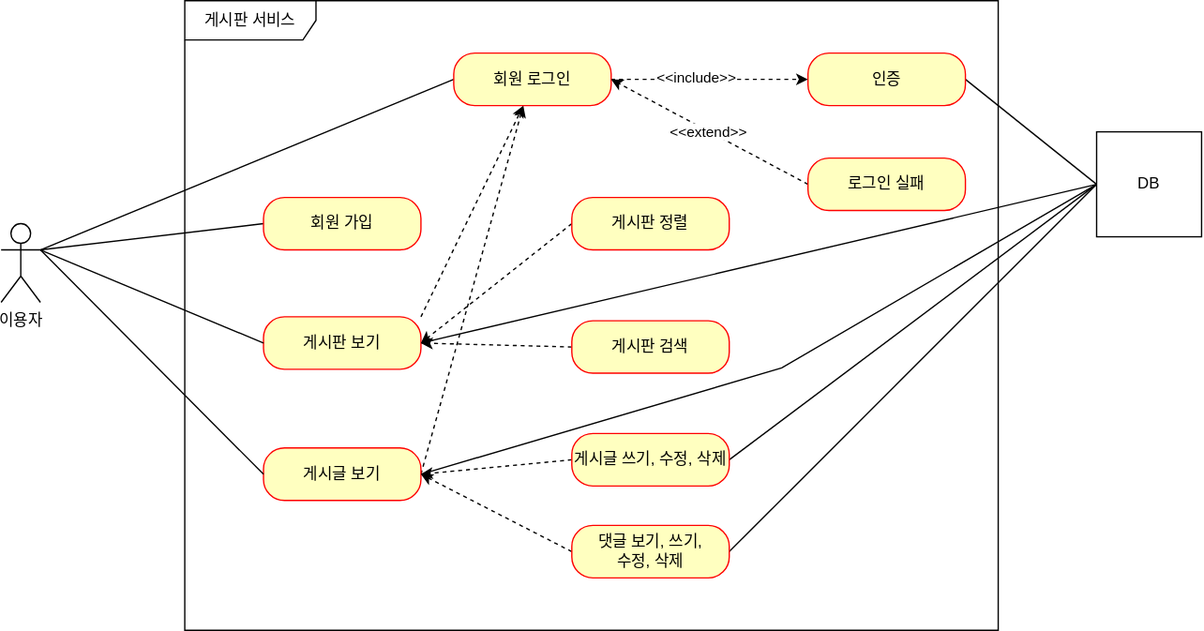
This is document/use-case.svg from hajungIm/project-board, a draw.io export, as it was before one commit. Source tidied: cells renumbered, new cells last; positions are measured from the earlier drawing's top-left corner, leaving out a move shared by most shapes.
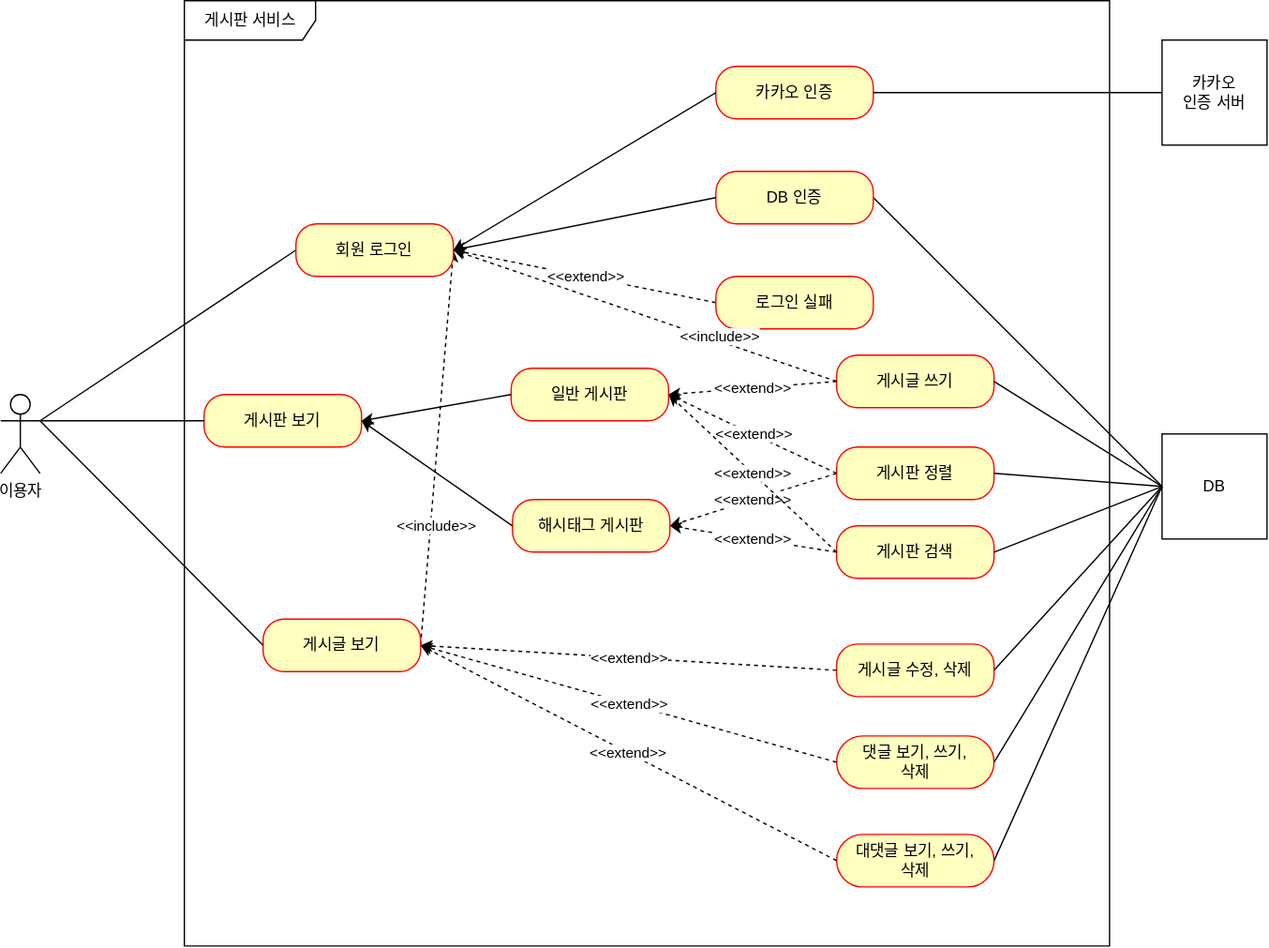
The same file after the commit.

Commit message:
#50 - use-case.svg: 유즈 케이스 업데이트 (카카오톡 인증, 대댓글)

Diff of the diagram source:
```diff
@@ -6,93 +6,46 @@
       <mxGeometry y="170" width="30" height="60" as="geometry" />
     </mxCell>
     <mxCell id="3" value="게시판 서비스" style="shape=umlFrame;whiteSpace=wrap;html=1;width=100;height=30;" parent="1" vertex="1">
-      <mxGeometry x="140" width="620" height="480" as="geometry" />
+      <mxGeometry x="140" y="-130" width="705" height="720" as="geometry" />
     </mxCell>
-    <mxCell id="4" style="rounded=0;jettySize=auto;html=1;exitX=0;exitY=0.5;exitDx=0;exitDy=0;entryX=1;entryY=0.3333333333333333;entryDx=0;entryDy=0;entryPerimeter=0;endArrow=none;endFill=0;" parent="1" edge="1" source="5" target="2">
-      <mxGeometry relative="1" as="geometry" />
-    </mxCell>
-    <mxCell id="5" value="회원 가입" style="rounded=1;whiteSpace=wrap;html=1;arcSize=40;fontColor=#000000;fillColor=#ffffc0;strokeColor=#ff0000;" parent="1" vertex="1">
-      <mxGeometry x="200" y="150" width="120" height="40" as="geometry" />
-    </mxCell>
-    <mxCell id="6" style="rounded=0;jettySize=auto;html=1;exitX=1;exitY=0;exitDx=0;exitDy=0;dashed=1;entryX=0.442;entryY=1;entryDx=0;entryDy=0;entryPerimeter=0;" parent="1" edge="1" source="8" target="15">
-      <mxGeometry relative="1" as="geometry" />
-    </mxCell>
-    <mxCell id="7" style="rounded=0;jettySize=auto;html=1;exitX=1;exitY=0.5;exitDx=0;exitDy=0;entryX=0;entryY=0.5;entryDx=0;entryDy=0;endArrow=none;endFill=0;" parent="1" edge="1" source="8" target="32">
-      <mxGeometry relative="1" as="geometry" />
-    </mxCell>
     <mxCell id="8" value="게시판 보기" style="rounded=1;whiteSpace=wrap;html=1;arcSize=40;fontColor=#000000;fillColor=#ffffc0;strokeColor=#ff0000;" parent="1" vertex="1">
-      <mxGeometry x="200" y="241" width="120" height="40" as="geometry" />
+      <mxGeometry x="155" y="170" width="120" height="40" as="geometry" />
     </mxCell>
-    <mxCell id="9" style="rounded=0;jettySize=auto;html=1;exitX=1;exitY=0.5;exitDx=0;exitDy=0;dashed=1;" parent="1" edge="1" source="11">
-      <mxGeometry relative="1" as="geometry">
-        <mxPoint x="398" y="80" as="targetPoint" />
-      </mxGeometry>
+    <mxCell id="9" style="rounded=0;jettySize=auto;html=1;exitX=1;exitY=0.5;exitDx=0;exitDy=0;dashed=1;entryX=1;entryY=0.5;entryDx=0;entryDy=0;" parent="1" edge="1" source="11" target="15">
+      <mxGeometry relative="1" as="geometry" />
     </mxCell>
-    <mxCell id="10" style="rounded=0;jettySize=auto;html=1;exitX=1;exitY=0.5;exitDx=0;exitDy=0;entryX=0;entryY=0.5;entryDx=0;entryDy=0;endArrow=none;endFill=0;" parent="1" edge="1" source="11" target="32">
-      <mxGeometry relative="1" as="geometry">
-        <Array as="points">
-          <mxPoint x="595" y="280" />
-        </Array>
-      </mxGeometry>
-    </mxCell>
+    <mxCell id="33" value="&amp;lt;&amp;lt;include&amp;gt;&amp;gt;" style="edgeLabel;html=1;align=center;verticalAlign=middle;" parent="9" vertex="1">
+      <mxGeometry x="-0.38" y="-4" relative="1" as="geometry" />
+    </mxCell>
     <mxCell id="11" value="게시글 보기" style="rounded=1;whiteSpace=wrap;html=1;arcSize=40;fontColor=#000000;fillColor=#ffffc0;strokeColor=#ff0000;" parent="1" vertex="1">
       <mxGeometry x="200" y="341" width="120" height="40" as="geometry" />
     </mxCell>
     <mxCell id="12" style="rounded=0;jettySize=auto;html=1;exitX=0;exitY=0.5;exitDx=0;exitDy=0;entryX=1;entryY=0.3333333333333333;entryDx=0;entryDy=0;entryPerimeter=0;endArrow=none;endFill=0;" parent="1" edge="1" source="15" target="2">
       <mxGeometry relative="1" as="geometry" />
     </mxCell>
-    <mxCell id="13" style="edgeStyle=orthogonalEdgeStyle;rounded=0;jettySize=auto;html=1;exitX=1;exitY=0.5;exitDx=0;exitDy=0;dashed=1;" parent="1" edge="1" source="15" target="17">
-      <mxGeometry relative="1" as="geometry" />
-    </mxCell>
-    <mxCell id="14" value="&amp;lt;&amp;lt;include&amp;gt;&amp;gt;" style="edgeLabel;html=1;align=center;verticalAlign=middle;" parent="13" vertex="1">
-      <mxGeometry x="-0.14" y="2" relative="1" as="geometry" />
-    </mxCell>
     <mxCell id="15" value="회원 로그인" style="rounded=1;whiteSpace=wrap;html=1;arcSize=40;fontColor=#000000;fillColor=#ffffc0;strokeColor=#ff0000;" parent="1" vertex="1">
-      <mxGeometry x="345" y="40" width="120" height="40" as="geometry" />
+      <mxGeometry x="225" y="40" width="120" height="40" as="geometry" />
     </mxCell>
     <mxCell id="16" style="rounded=0;jettySize=auto;html=1;exitX=1;exitY=0.5;exitDx=0;exitDy=0;entryX=0;entryY=0.5;entryDx=0;entryDy=0;endArrow=none;endFill=0;" parent="1" edge="1" source="17" target="32">
       <mxGeometry relative="1" as="geometry" />
     </mxCell>
-    <mxCell id="17" value="인증" style="rounded=1;whiteSpace=wrap;html=1;arcSize=40;fontColor=#000000;fillColor=#ffffc0;strokeColor=#ff0000;" parent="1" vertex="1">
-      <mxGeometry x="615" y="40" width="120" height="40" as="geometry" />
+    <mxCell id="17" value="DB 인증" style="rounded=1;whiteSpace=wrap;html=1;arcSize=40;fontColor=#000000;fillColor=#ffffc0;strokeColor=#ff0000;" parent="1" vertex="1">
+      <mxGeometry x="545" width="120" height="40" as="geometry" />
     </mxCell>
     <mxCell id="18" value="&amp;lt;&amp;lt;extend&amp;gt;&amp;gt;" style="rounded=0;jettySize=auto;html=1;exitX=0;exitY=0.5;exitDx=0;exitDy=0;entryX=1;entryY=0.5;entryDx=0;entryDy=0;dashed=1;" parent="1" edge="1" source="19" target="15">
       <mxGeometry relative="1" as="geometry" />
     </mxCell>
     <mxCell id="19" value="로그인 실패" style="rounded=1;whiteSpace=wrap;html=1;arcSize=40;fontColor=#000000;fillColor=#ffffc0;strokeColor=#ff0000;" parent="1" vertex="1">
-      <mxGeometry x="615" y="120" width="120" height="40" as="geometry" />
+      <mxGeometry x="545" y="80" width="120" height="40" as="geometry" />
     </mxCell>
-    <mxCell id="20" style="rounded=0;jettySize=auto;html=1;exitX=0;exitY=0.5;exitDx=0;exitDy=0;entryX=1;entryY=0.5;entryDx=0;entryDy=0;dashed=1;" parent="1" edge="1" source="21" target="8">
-      <mxGeometry relative="1" as="geometry" />
-    </mxCell>
     <mxCell id="21" value="게시판 정렬" style="rounded=1;whiteSpace=wrap;html=1;arcSize=40;fontColor=#000000;fillColor=#ffffc0;strokeColor=#ff0000;" parent="1" vertex="1">
-      <mxGeometry x="435" y="150" width="120" height="40" as="geometry" />
+      <mxGeometry x="637" y="210" width="120" height="40" as="geometry" />
     </mxCell>
-    <mxCell id="22" style="rounded=0;jettySize=auto;html=1;exitX=0;exitY=0.5;exitDx=0;exitDy=0;dashed=1;entryX=1;entryY=0.5;entryDx=0;entryDy=0;" parent="1" edge="1" source="23" target="8">
-      <mxGeometry relative="1" as="geometry" />
-    </mxCell>
     <mxCell id="23" value="게시판 검색" style="rounded=1;whiteSpace=wrap;html=1;arcSize=40;fontColor=#000000;fillColor=#ffffc0;strokeColor=#ff0000;" parent="1" vertex="1">
-      <mxGeometry x="435" y="244" width="120" height="40" as="geometry" />
+      <mxGeometry x="637" y="270" width="120" height="40" as="geometry" />
     </mxCell>
-    <mxCell id="24" style="rounded=0;jettySize=auto;html=1;exitX=0;exitY=0.5;exitDx=0;exitDy=0;entryX=1;entryY=0.5;entryDx=0;entryDy=0;dashed=1;" parent="1" edge="1" source="26" target="11">
-      <mxGeometry relative="1" as="geometry" />
-    </mxCell>
-    <mxCell id="25" style="rounded=0;jettySize=auto;html=1;exitX=1;exitY=0.5;exitDx=0;exitDy=0;entryX=0;entryY=0.5;entryDx=0;entryDy=0;endArrow=none;endFill=0;" parent="1" edge="1" source="26" target="32">
-      <mxGeometry relative="1" as="geometry" />
-    </mxCell>
-    <mxCell id="26" value="게시글 쓰기, 수정, 삭제" style="rounded=1;whiteSpace=wrap;html=1;arcSize=40;fontColor=#000000;fillColor=#ffffc0;strokeColor=#ff0000;" parent="1" vertex="1">
-      <mxGeometry x="435" y="330" width="120" height="40" as="geometry" />
-    </mxCell>
-    <mxCell id="27" style="rounded=0;jettySize=auto;html=1;exitX=0;exitY=0.5;exitDx=0;exitDy=0;dashed=1;entryX=1;entryY=0.5;entryDx=0;entryDy=0;" parent="1" edge="1" source="29" target="11">
-      <mxGeometry relative="1" as="geometry" />
-    </mxCell>
-    <mxCell id="28" style="rounded=0;jettySize=auto;html=1;exitX=1;exitY=0.5;exitDx=0;exitDy=0;endArrow=none;endFill=0;" parent="1" edge="1" source="29">
-      <mxGeometry relative="1" as="geometry">
-        <mxPoint x="835" y="140" as="targetPoint" />
-      </mxGeometry>
-    </mxCell>
-    <mxCell id="29" value="댓글 보기, 쓰기,&lt;br&gt;수정, 삭제" style="rounded=1;whiteSpace=wrap;html=1;arcSize=40;fontColor=#000000;fillColor=#ffffc0;strokeColor=#ff0000;" parent="1" vertex="1">
-      <mxGeometry x="435" y="400" width="120" height="40" as="geometry" />
+    <mxCell id="29" value="댓글 보기, 쓰기,&lt;br&gt;삭제" style="rounded=1;whiteSpace=wrap;html=1;arcSize=50;fontColor=#000000;fillColor=#ffffc0;strokeColor=#ff0000;" parent="1" vertex="1">
+      <mxGeometry x="637" y="430" width="120" height="40" as="geometry" />
     </mxCell>
     <mxCell id="30" style="rounded=0;jettySize=auto;html=1;exitX=0;exitY=0.5;exitDx=0;exitDy=0;endArrow=none;endFill=0;" parent="1" edge="1" source="8">
       <mxGeometry relative="1" as="geometry">
@@ -103,7 +56,91 @@
       <mxGeometry relative="1" as="geometry" />
     </mxCell>
     <mxCell id="32" value="DB" style="html=1;whiteSpace=wrap;" parent="1" vertex="1">
-      <mxGeometry x="835" y="100" width="80" height="80" as="geometry" />
+      <mxGeometry x="885" y="200" width="80" height="80" as="geometry" />
     </mxCell>
+    <mxCell id="26" value="게시글 수정, 삭제" style="rounded=1;whiteSpace=wrap;html=1;arcSize=40;fontColor=#000000;fillColor=#ffffc0;strokeColor=#ff0000;" parent="1" vertex="1">
+      <mxGeometry x="637" y="360" width="120" height="40" as="geometry" />
+    </mxCell>
+    <mxCell id="34" value="일반 게시판" style="rounded=1;whiteSpace=wrap;html=1;arcSize=40;fontColor=#000000;fillColor=#ffffc0;strokeColor=#ff0000;" parent="1" vertex="1">
+      <mxGeometry x="389" y="150" width="120" height="40" as="geometry" />
+    </mxCell>
+    <mxCell id="35" value="해시태그 게시판" style="rounded=1;whiteSpace=wrap;html=1;arcSize=40;fontColor=#000000;fillColor=#ffffc0;strokeColor=#ff0000;" parent="1" vertex="1">
+      <mxGeometry x="390" y="250" width="120" height="40" as="geometry" />
+    </mxCell>
+    <mxCell id="36" style="endArrow=classic;html=1;rounded=0;exitX=0;exitY=0.5;exitDx=0;exitDy=0;entryX=1;entryY=0.5;entryDx=0;entryDy=0;" parent="1" edge="1" source="34" target="8">
+      <mxGeometry relative="1" as="geometry" />
+    </mxCell>
+    <mxCell id="37" style="endArrow=classic;html=1;rounded=0;exitX=0;exitY=0.5;exitDx=0;exitDy=0;entryX=1;entryY=0.5;entryDx=0;entryDy=0;" parent="1" edge="1" source="35" target="8">
+      <mxGeometry relative="1" as="geometry" />
+    </mxCell>
+    <mxCell id="38" value="게시글 쓰기" style="rounded=1;whiteSpace=wrap;html=1;arcSize=40;fontColor=#000000;fillColor=#ffffc0;strokeColor=#ff0000;" parent="1" vertex="1">
+      <mxGeometry x="637" y="140" width="120" height="40" as="geometry" />
+    </mxCell>
+    <mxCell id="39" value="대댓글 보기, 쓰기,&lt;br&gt;삭제" style="rounded=1;whiteSpace=wrap;html=1;arcSize=50;fontColor=#000000;fillColor=#ffffc0;strokeColor=#ff0000;" parent="1" vertex="1">
+      <mxGeometry x="637" y="505" width="120" height="40" as="geometry" />
+    </mxCell>
+    <mxCell id="40" style="endArrow=none;html=1;rounded=0;entryX=0;entryY=0.5;entryDx=0;entryDy=0;exitX=1;exitY=0.5;exitDx=0;exitDy=0;" parent="1" edge="1" source="38" target="32">
+      <mxGeometry relative="1" as="geometry" />
+    </mxCell>
+    <mxCell id="41" style="endArrow=none;html=1;rounded=0;entryX=0;entryY=0.5;entryDx=0;entryDy=0;exitX=1;exitY=0.5;exitDx=0;exitDy=0;" parent="1" edge="1" source="21" target="32">
+      <mxGeometry relative="1" as="geometry" />
+    </mxCell>
+    <mxCell id="42" style="endArrow=none;html=1;rounded=0;entryX=0;entryY=0.5;entryDx=0;entryDy=0;exitX=1;exitY=0.5;exitDx=0;exitDy=0;" parent="1" edge="1" source="23" target="32">
+      <mxGeometry relative="1" as="geometry" />
+    </mxCell>
+    <mxCell id="25" style="endArrow=none;html=1;rounded=0;entryX=0;entryY=0.5;entryDx=0;entryDy=0;exitX=1;exitY=0.5;exitDx=0;exitDy=0;" parent="1" edge="1" source="26" target="32">
+      <mxGeometry relative="1" as="geometry" />
+    </mxCell>
+    <mxCell id="43" style="endArrow=none;html=1;rounded=0;entryX=0;entryY=0.5;entryDx=0;entryDy=0;exitX=1;exitY=0.5;exitDx=0;exitDy=0;" parent="1" edge="1" source="29" target="32">
+      <mxGeometry relative="1" as="geometry" />
+    </mxCell>
+    <mxCell id="44" style="endArrow=none;html=1;rounded=0;exitX=1;exitY=0.5;exitDx=0;exitDy=0;entryX=0;entryY=0.5;entryDx=0;entryDy=0;" parent="1" edge="1" source="39" target="32">
+      <mxGeometry relative="1" as="geometry" />
+    </mxCell>
+    <mxCell id="45" style="rounded=0;jettySize=auto;html=1;exitX=0;exitY=0.5;exitDx=0;exitDy=0;dashed=1;entryX=1;entryY=0.5;entryDx=0;entryDy=0;" parent="1" edge="1" source="38" target="15">
+      <mxGeometry relative="1" as="geometry" />
+    </mxCell>
+    <mxCell id="46" value="&amp;lt;&amp;lt;include&amp;gt;&amp;gt;" style="edgeLabel;html=1;align=center;verticalAlign=middle;" parent="45" vertex="1">
+      <mxGeometry x="-0.38" y="-4" relative="1" as="geometry" />
+    </mxCell>
+    <mxCell id="47" value="&amp;lt;&amp;lt;extend&amp;gt;&amp;gt;" style="rounded=0;jettySize=auto;html=1;exitX=0;exitY=0.5;exitDx=0;exitDy=0;entryX=1;entryY=0.5;entryDx=0;entryDy=0;dashed=1;" parent="1" edge="1" source="38" target="34">
+      <mxGeometry relative="1" as="geometry" />
+    </mxCell>
+    <mxCell id="48" value="&amp;lt;&amp;lt;extend&amp;gt;&amp;gt;" style="rounded=0;jettySize=auto;html=1;exitX=0;exitY=0.5;exitDx=0;exitDy=0;entryX=1;entryY=0.5;entryDx=0;entryDy=0;dashed=1;" parent="1" edge="1" source="21" target="34">
+      <mxGeometry relative="1" as="geometry" />
+    </mxCell>
+    <mxCell id="49" value="&amp;lt;&amp;lt;extend&amp;gt;&amp;gt;" style="rounded=0;jettySize=auto;html=1;entryX=1;entryY=0.5;entryDx=0;entryDy=0;dashed=1;exitX=0;exitY=0.5;exitDx=0;exitDy=0;" parent="1" edge="1" source="21" target="35">
+      <mxGeometry relative="1" as="geometry" />
+    </mxCell>
+    <mxCell id="50" value="&amp;lt;&amp;lt;extend&amp;gt;&amp;gt;" style="rounded=0;jettySize=auto;html=1;exitX=0;exitY=0.5;exitDx=0;exitDy=0;entryX=1;entryY=0.5;entryDx=0;entryDy=0;dashed=1;" parent="1" edge="1" source="23" target="34">
+      <mxGeometry relative="1" as="geometry" />
+    </mxCell>
+    <mxCell id="51" value="&amp;lt;&amp;lt;extend&amp;gt;&amp;gt;" style="rounded=0;jettySize=auto;html=1;entryX=1;entryY=0.5;entryDx=0;entryDy=0;dashed=1;exitX=0;exitY=0.5;exitDx=0;exitDy=0;" parent="1" edge="1" source="23" target="35">
+      <mxGeometry relative="1" as="geometry" />
+    </mxCell>
+    <mxCell id="24" value="&amp;lt;&amp;lt;extend&amp;gt;&amp;gt;" style="rounded=0;jettySize=auto;html=1;entryX=1;entryY=0.5;entryDx=0;entryDy=0;dashed=1;exitX=0;exitY=0.5;exitDx=0;exitDy=0;" parent="1" edge="1" source="26" target="11">
+      <mxGeometry relative="1" as="geometry" />
+    </mxCell>
+    <mxCell id="27" value="&amp;lt;&amp;lt;extend&amp;gt;&amp;gt;" style="rounded=0;jettySize=auto;html=1;entryX=1;entryY=0.5;entryDx=0;entryDy=0;dashed=1;exitX=0;exitY=0.5;exitDx=0;exitDy=0;" parent="1" edge="1" source="29" target="11">
+      <mxGeometry relative="1" as="geometry" />
+    </mxCell>
+    <mxCell id="52" value="&amp;lt;&amp;lt;extend&amp;gt;&amp;gt;" style="rounded=0;jettySize=auto;html=1;entryX=1;entryY=0.5;entryDx=0;entryDy=0;dashed=1;exitX=0;exitY=0.5;exitDx=0;exitDy=0;" parent="1" edge="1" source="39" target="11">
+      <mxGeometry relative="1" as="geometry" />
+    </mxCell>
+    <mxCell id="53" value="카카오 인증" style="rounded=1;whiteSpace=wrap;html=1;arcSize=40;fontColor=#000000;fillColor=#ffffc0;strokeColor=#ff0000;" parent="1" vertex="1">
+      <mxGeometry x="545" y="-80" width="120" height="40" as="geometry" />
+    </mxCell>
+    <mxCell id="54" value="카카오&lt;br&gt;인증 서버" style="html=1;whiteSpace=wrap;" parent="1" vertex="1">
+      <mxGeometry x="885" y="-100" width="80" height="80" as="geometry" />
+    </mxCell>
+    <mxCell id="55" style="rounded=0;jettySize=auto;html=1;exitX=1;exitY=0.5;exitDx=0;exitDy=0;entryX=0;entryY=0.5;entryDx=0;entryDy=0;endArrow=none;endFill=0;" parent="1" edge="1" source="53" target="54">
+      <mxGeometry relative="1" as="geometry" />
+    </mxCell>
+    <mxCell id="56" style="rounded=0;jettySize=auto;html=1;exitX=0;exitY=0.5;exitDx=0;exitDy=0;entryX=1;entryY=0.5;entryDx=0;entryDy=0;endArrow=classic;endFill=1;startArrow=none;startFill=0;" parent="1" edge="1" source="53" target="15">
+      <mxGeometry relative="1" as="geometry" />
+    </mxCell>
+    <mxCell id="57" style="rounded=0;jettySize=auto;html=1;exitX=0;exitY=0.5;exitDx=0;exitDy=0;entryX=1;entryY=0.5;entryDx=0;entryDy=0;endArrow=classic;endFill=1;startArrow=none;startFill=0;" parent="1" edge="1" source="17" target="15">
+      <mxGeometry relative="1" as="geometry" />
+    </mxCell>
   </root>
 </mxGraphModel>
```
